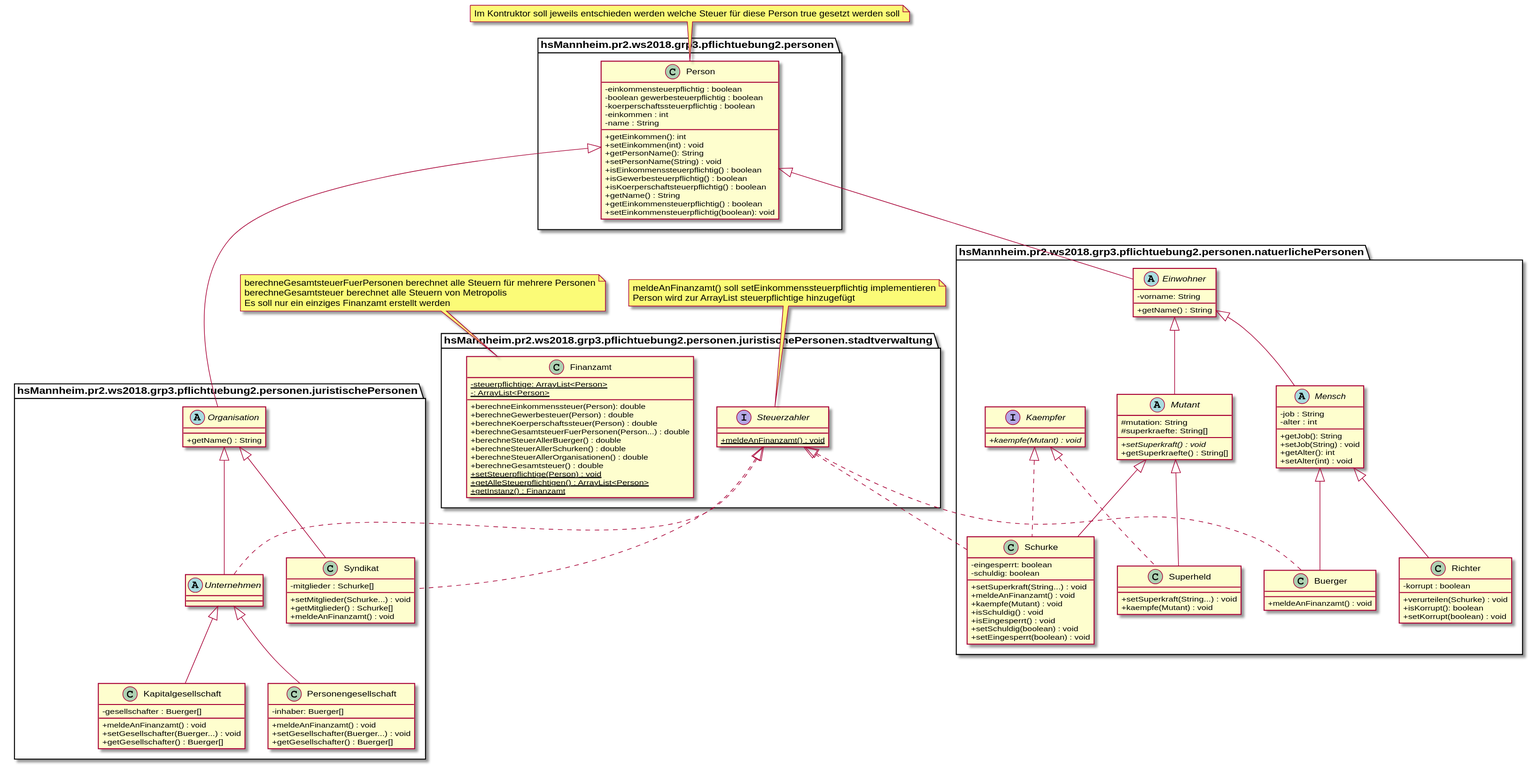
reiswizard/Metropolis keeps this PlantUML diagram as UML/PR2PÜ2 UML.svg. Above is the earlier version.
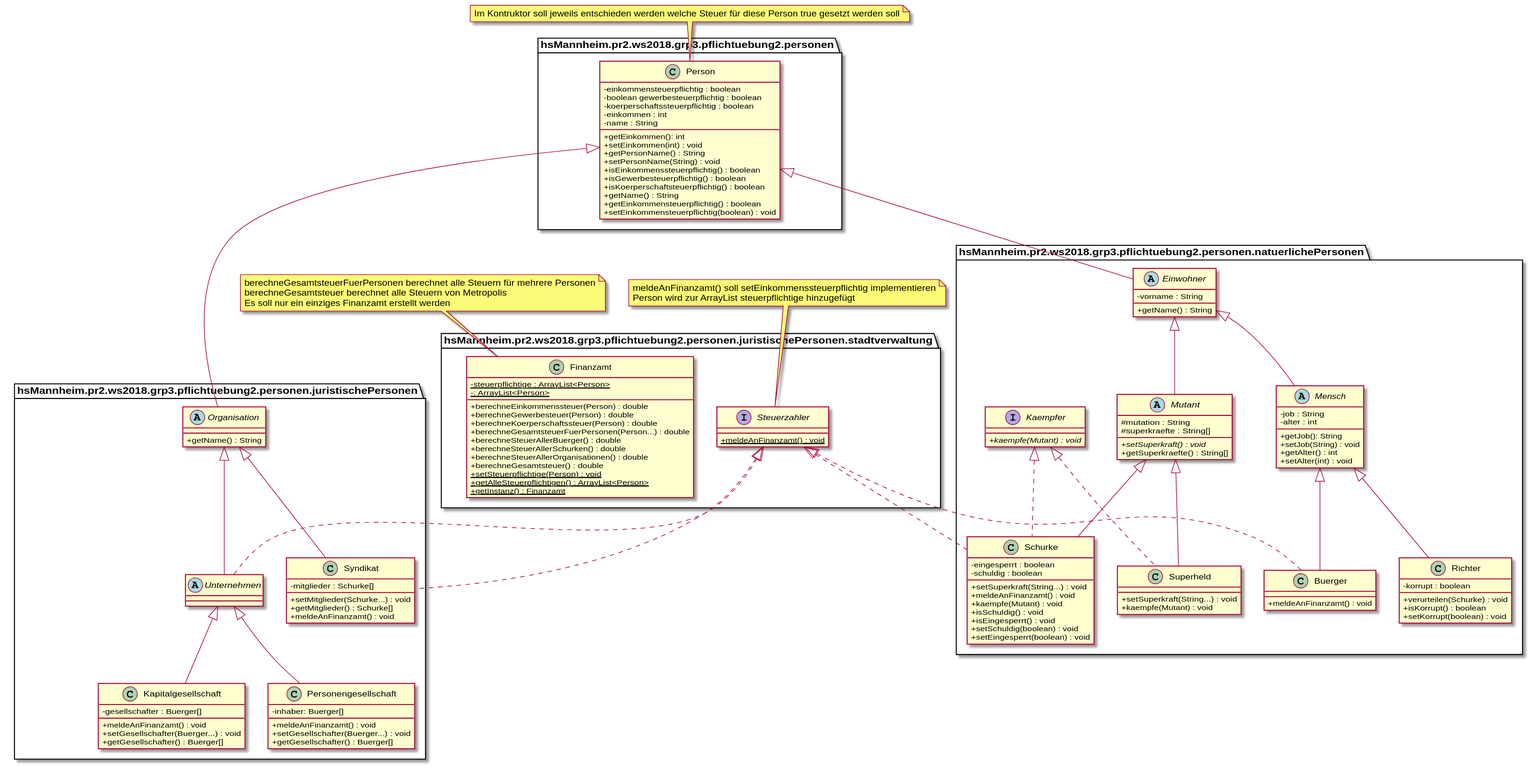
The same diagram one commit later.

Diff of the diagram source:
```diff
@@ -3,57 +3,58 @@
 
 
 package hsMannheim.pr2.ws2018.grp3.pflichtuebung2.personen.juristischePersonen.stadtverwaltung{
-interface Steuerzahler{
-   + {static} meldeAnFinanzamt() : void
-}
-class Finanzamt {
-   - {static} steuerpflichtige: ArrayList<Person>
-   - {static} : ArrayList<Person>
-   + berechneEinkommenssteuer(Person): double
-   + berechneGewerbesteuer(Person) : double
-   + berechneKoerperschaftssteuer(Person) : double
-   + berechneGesamtsteuerFuerPersonen(Person...) : double
-   + berechneSteuerAllerBuerger() : double
-   + berechneSteuerAllerSchurken() : double
-   + berechneSteuerAllerOrganisationen() : double
-   + berechneGesamtsteuer() : double
-   + {static} setSteuerpflichtige(Person) : void
-   + {static} getAlleSteuerpflichtigen() : ArrayList<Person>
-   + {static} getInstanz() : Finanzamt
-}
+	interface Steuerzahler{
+ 		 + {static} meldeAnFinanzamt() : void
+	}
+
+	class Finanzamt {
+   		- {static} steuerpflichtige : ArrayList<Person>
+   		- {static} : ArrayList<Person>
+   		+ berechneEinkommenssteuer(Person) : double
+   		+ berechneGewerbesteuer(Person) : double
+   		+ berechneKoerperschaftssteuer(Person) : double
+   		+ berechneGesamtsteuerFuerPersonen(Person...) : double
+  		+ berechneSteuerAllerBuerger() : double
+  		+ berechneSteuerAllerSchurken() : double
+  		+ berechneSteuerAllerOrganisationen() : double
+  		+ berechneGesamtsteuer() : double
+   		+ {static} setSteuerpflichtige(Person) : void
+  		+ {static} getAlleSteuerpflichtigen() : ArrayList<Person>
+  		+ {static} getInstanz() : Finanzamt
+	}
 }
 
 
 
 package hsMannheim.pr2.ws2018.grp3.pflichtuebung2.personen.juristischePersonen{
-class Kapitalgesellschaft{
-   - gesellschafter : Buerger[]
-   + meldeAnFinanzamt() : void
-   + setGesellschafter(Buerger...) : void
-   + getGesellschafter() : Buerger[]
-}
+	class Kapitalgesellschaft{
+   		- gesellschafter : Buerger[]
+   		+ meldeAnFinanzamt() : void
+   		+ setGesellschafter(Buerger...) : void
+   		+ getGesellschafter() : Buerger[]
+	}
 
-abstract class Organisation{
-   + getName() : String
-}
+	abstract class Organisation{
+   		+ getName() : String
+	}
 
-class Personengesellschaft{
-  - inhaber: Buerger[]
-   + meldeAnFinanzamt() : void
-   + setGesellschafter(Buerger...) : void
-   + getGesellschafter() : Buerger[]
-}
+	class Personengesellschaft{
+   		- inhaber: Buerger[]
+   		+ meldeAnFinanzamt() : void
+   		+ setGesellschafter(Buerger...) : void
+   		+ getGesellschafter() : Buerger[]
+	}
 
 
-abstract class Unternehmen{
-}
+	abstract class Unternehmen{
+	}
 
-class Syndikat{
-   - mitglieder : Schurke[]
-   + setMitglieder(Schurke...) : void
-   + getMitglieder() : Schurke[]
-   +meldeAnFinanzamt() : void
-}
+	class Syndikat{
+   		- mitglieder : Schurke[]
+   		+ setMitglieder(Schurke...) : void
+   		+ getMitglieder() : Schurke[]
+   		+ meldeAnFinanzamt() : void
+	}
 
 
 }
@@ -61,89 +62,85 @@
 
 
 package hsMannheim.pr2.ws2018.grp3.pflichtuebung2.personen{
-class Person {
-   - einkommensteuerpflichtig : boolean
-   - boolean gewerbesteuerpflichtig : boolean
-   - koerperschaftssteuerpflichtig : boolean
-   - einkommen : int
-   - name : String
-   + getEinkommen(): int
-   + setEinkommen(int) : void
-   + getPersonName(): String
-   + setPersonName(String) : void
-   + isEinkommenssteuerpflichtig() : boolean
-   + isGewerbesteuerpflichtig() : boolean
-   + isKoerperschaftsteuerpflichtig() : boolean
-   + getName() : String
-   + getEinkommensteuerpflichtig() : boolean
-   + setEinkommensteuerpflichtig(boolean): void
-}
+	class Person {
+   		- einkommensteuerpflichtig : boolean
+   		- boolean gewerbesteuerpflichtig : boolean
+   		- koerperschaftssteuerpflichtig : boolean
+   		- einkommen : int
+   		- name : String
+   		+ getEinkommen(): int
+   		+ setEinkommen(int) : void
+   		+ getPersonName() : String
+   		+ setPersonName(String) : void
+   		+ isEinkommenssteuerpflichtig() : boolean
+   		+ isGewerbesteuerpflichtig() : boolean
+   		+ isKoerperschaftsteuerpflichtig() : boolean
+   		+ getName() : String
+   		+ getEinkommensteuerpflichtig() : boolean
+   		+ setEinkommensteuerpflichtig(boolean) : void
+	}
 }
 
 
 
 package hsMannheim.pr2.ws2018.grp3.pflichtuebung2.personen.natuerlichePersonen{
-interface Kaempfer{
-    + {abstract}  kaempfe(Mutant) : void
-}
+	interface Kaempfer{
+    		+ {abstract}  kaempfe(Mutant) : void
+	}
 
 
-abstract class Mensch{
-  - job : String
-  - alter : int
-   + getJob(): String
-   + setJob(String) : void
-   + getAlter(): int
-   + setAlter(int) : void
-}
+	abstract class Mensch{
+   		- job : String
+   		- alter : int
+   		+ getJob(): String
+   		+ setJob(String) : void
+   		+ getAlter() : int
+   		+ setAlter(int) : void
+	}
 
 
-class Buerger{
-   +meldeAnFinanzamt() : void
-}
+	class Buerger{
+   		+ meldeAnFinanzamt() : void
+	}
 
 
-class Richter{
-   - korrupt : boolean
-   + verurteilen(Schurke) : void
-   + isKorrupt(): boolean
-   + setKorrupt(boolean) : void
-}
+	class Richter{
+   		- korrupt : boolean
+   		+ verurteilen(Schurke) : void
+   		+ isKorrupt() : boolean
+   		+ setKorrupt(boolean) : void
+	}
 
 
-abstract class Einwohner{
- - vorname: String
- + getName() : String
-}
+	abstract class Einwohner{
+   		- vorname : String
+   		+ getName() : String
+	}
 
-abstract class Mutant{
- # mutation: String
- # superkraefte: String[]
-  + {abstract} setSuperkraft() : void
-  + getSuperkraefte() : String[]
-}
+	abstract class Mutant{
+   		# mutation : String
+   		# superkraefte : String[]
+   		+ {abstract} setSuperkraft() : void
+   		+ getSuperkraefte() : String[]
+	}
 
-class Schurke{
- - eingesperrt: boolean
- - schuldig: boolean
-  + setSuperkraft(String...) : void
-  + meldeAnFinanzamt() : void
-  + kaempfe(Mutant) : void
- + isSchuldig() : void
- + isEingesperrt() : void
- + setSchuldig(boolean) : void
- + setEingesperrt(boolean) : void
-}
+	class Schurke{
+   		- eingesperrt : boolean
+   		- schuldig : boolean
+   		+ setSuperkraft(String...) : void
+   		+ meldeAnFinanzamt() : void
+   		+ kaempfe(Mutant) : void
+   		+ isSchuldig() : void
+   		+ isEingesperrt() : void
+   		+ setSchuldig(boolean) : void
+   		+ setEingesperrt(boolean) : void
+	}
 
-class Superheld{
-  + setSuperkraft(String...) : void
-  + kaempfe(Mutant) : void
+	class Superheld{
+  		+ setSuperkraft(String...) : void
+  		+ kaempfe(Mutant) : void
 
-}
-
-
-
-
+	}
 }
 
 Unternehmen<|-- Kapitalgesellschaft
```
